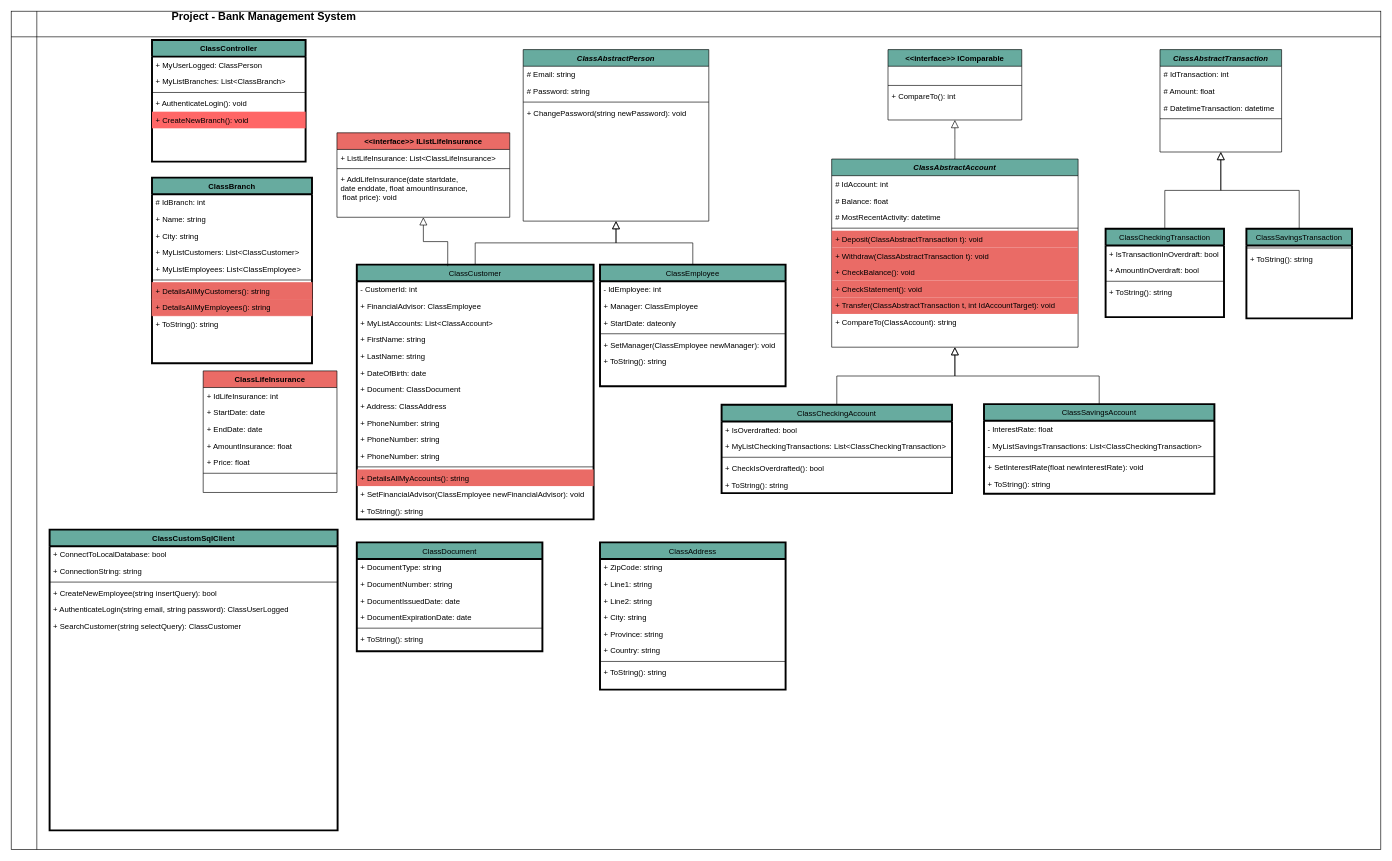
The draw.io diagram SODV2202_UMLDiagram.drawio in Wpiresferreira/bankproject, before the edit. Source tidied: cells renumbered, new cells numbered last; positions are measured from the earlier drawing's top-left corner, leaving out a move shared by most shapes. Both pictures are drawn from the tidied source at 64%, with x=0, y=0 at pixel (11, 11).
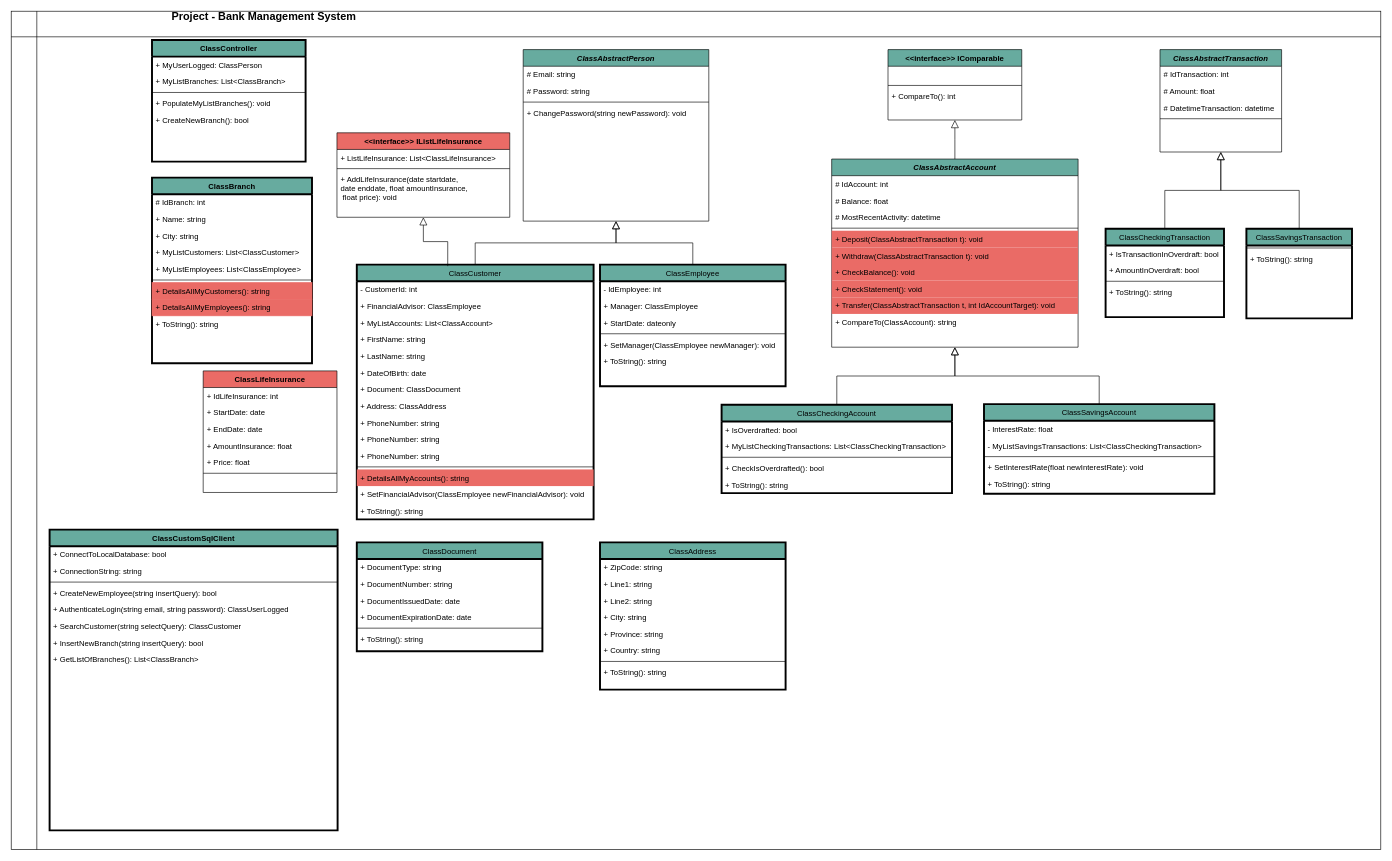
After the change.

Unchanged cells that the change refers to:
```xml
<mxCell id="18" value="ClassController" style="swimlane;fontStyle=1;align=center;verticalAlign=top;horizontal=1;startSize=26;rounded=0;shadow=0;strokeWidth=3;fillColor=#67AB9F;" parent="1" vertex="1">
  <mxGeometry x="220" y="45" width="240" height="190" as="geometry" />
</mxCell>
<mxCell id="123" value="ClassCustomSqlClient" style="swimlane;fontStyle=1;align=center;verticalAlign=top;horizontal=1;startSize=26;rounded=0;shadow=0;strokeWidth=3;fillColor=#67AB9F;" parent="1" vertex="1">
  <mxGeometry x="60" y="810" width="450" height="470" as="geometry" />
</mxCell>
```

Diff of the diagram source:
```diff
@@
-    <mxCell id="22" value="+ AuthenticateLogin(): void" style="text;align=left;verticalAlign=top;spacingLeft=4;spacingRight=4;overflow=hidden;rounded=0;shadow=0;html=0;fillColor=none;" parent="18" vertex="1">
-      <mxGeometry y="86" width="240" height="26" as="geometry" />
-    </mxCell>
-    <mxCell id="23" value="+ CreateNewBranch(): void" style="text;align=left;verticalAlign=top;spacingLeft=4;spacingRight=4;overflow=hidden;rounded=0;shadow=0;html=0;fillColor=#FF6666;" parent="18" vertex="1">
-      <mxGeometry y="112" width="240" height="26" as="geometry" />
+    <mxCell id="23" value="+ PopulateMyListBranches(): void" style="text;align=left;verticalAlign=top;spacingLeft=4;spacingRight=4;overflow=hidden;rounded=0;shadow=0;html=0;fillColor=none;" parent="18" vertex="1">
+      <mxGeometry y="86" width="240" height="26" as="geometry" />
     </mxCell>
+    <mxCell id="130" value="+ CreateNewBranch(): bool" style="text;align=left;verticalAlign=top;spacingLeft=4;spacingRight=4;overflow=hidden;rounded=0;shadow=0;html=0;fillColor=none;" parent="18" vertex="1">
+      <mxGeometry y="112" width="240" height="26" as="geometry" />
+    </mxCell>
@@
+    <mxCell id="131" value="+ InsertNewBranch(string insertQuery): bool" style="text;align=left;verticalAlign=top;spacingLeft=4;spacingRight=4;overflow=hidden;rounded=0;shadow=0;html=0;fillColor=none;" parent="123" vertex="1">
+      <mxGeometry y="164" width="450" height="26" as="geometry" />
+    </mxCell>
+    <mxCell id="132" value="+ GetListOfBranches(): List&lt;ClassBranch&gt;" style="text;align=left;verticalAlign=top;spacingLeft=4;spacingRight=4;overflow=hidden;rounded=0;shadow=0;html=0;fillColor=none;" parent="123" vertex="1">
+      <mxGeometry y="190" width="450" height="26" as="geometry" />
+    </mxCell>
```
